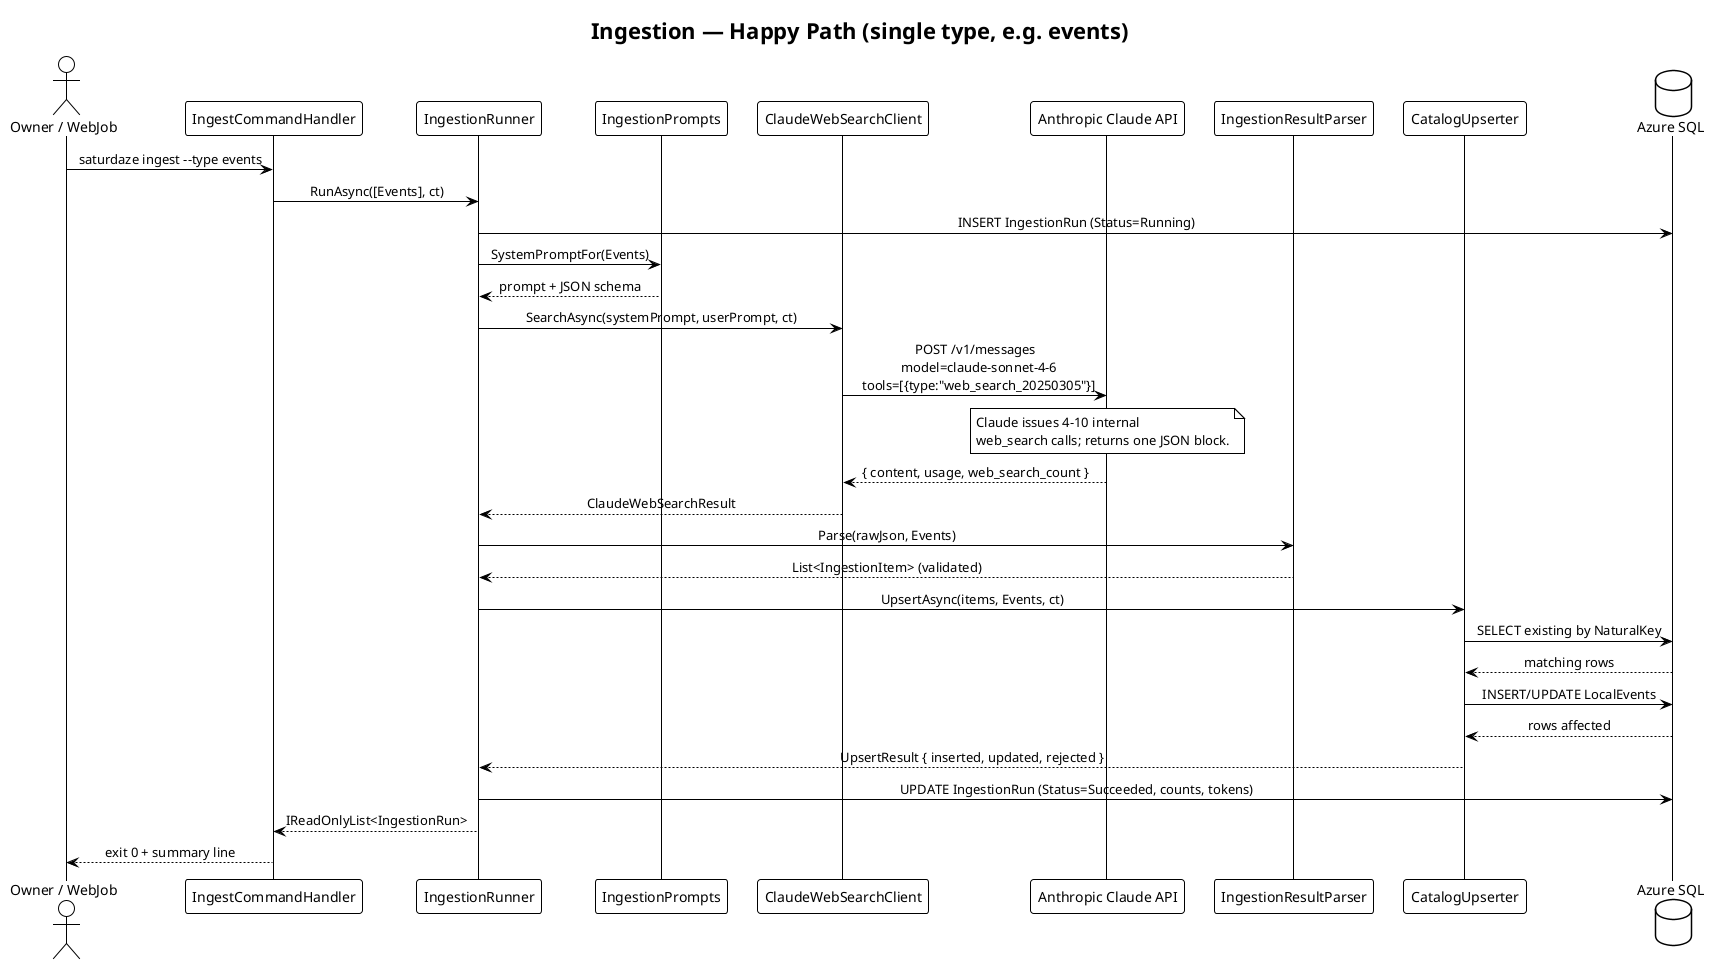
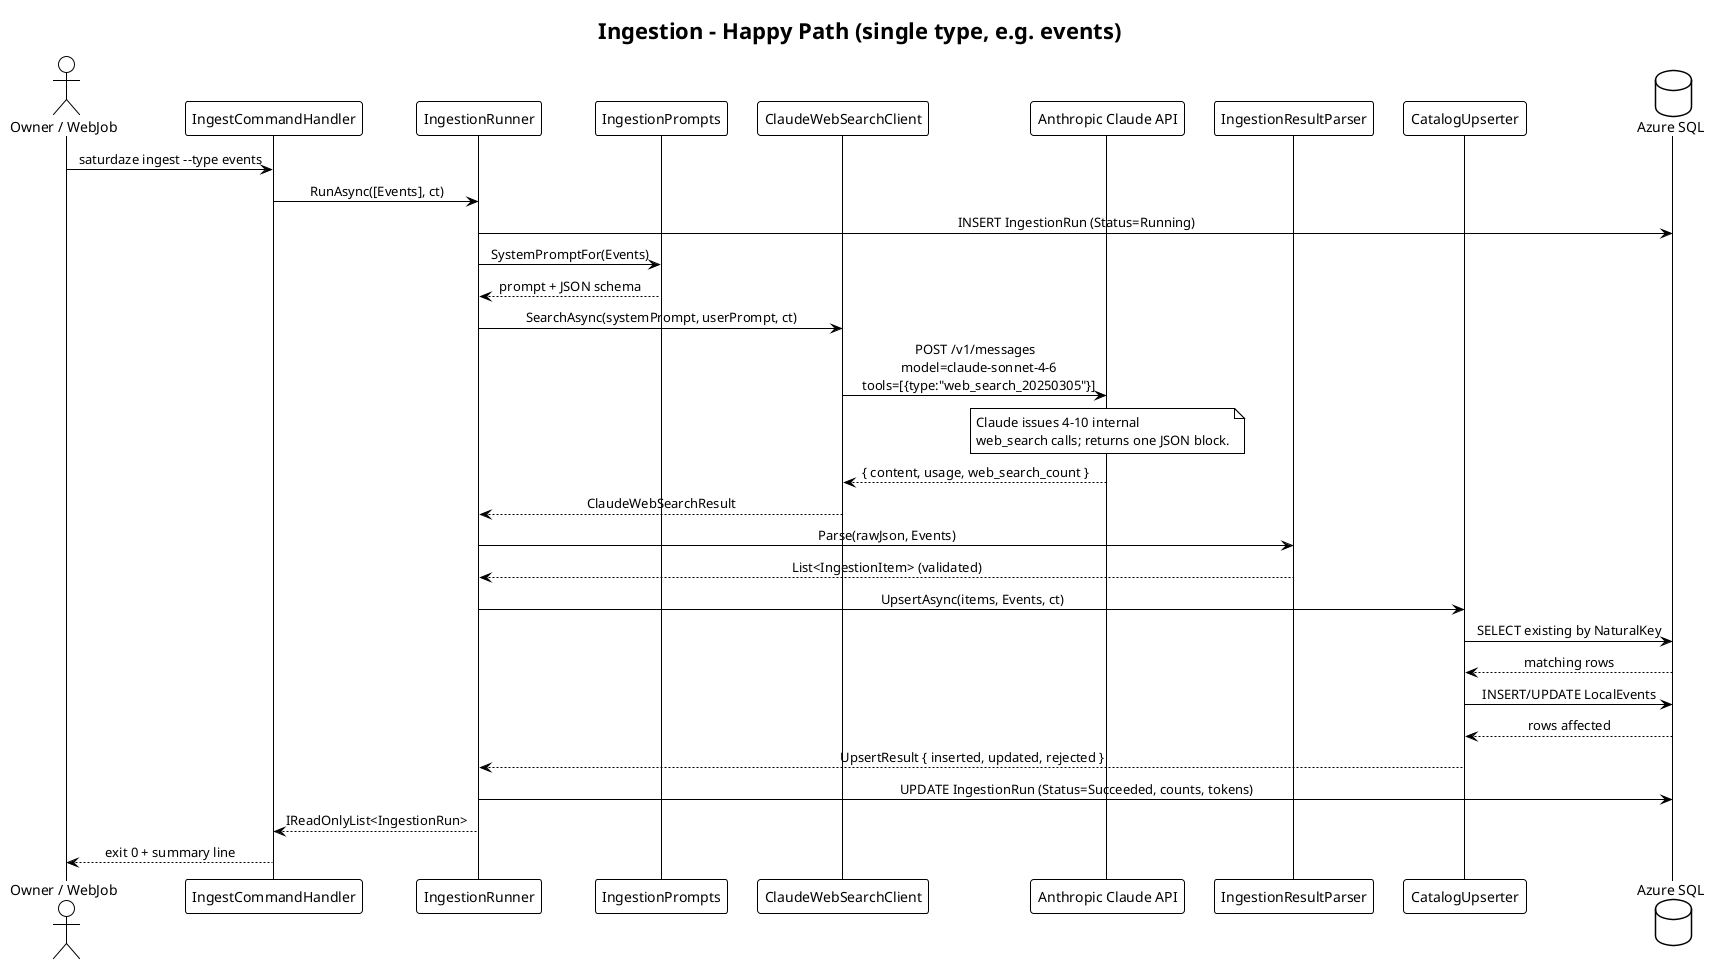
@startuml sequence_happy_path
!theme plain
skinparam sequenceMessageAlign center

- title Ingestion — Happy Path (single type, e.g. events)
+ title Ingestion - Happy Path (single type, e.g. events)

actor "Owner / WebJob" as trigger
participant "IngestCommandHandler" as handler
participant "IngestionRunner" as runner
participant "IngestionPrompts" as prompts
participant "ClaudeWebSearchClient" as client
participant "Anthropic Claude API" as claude
participant "IngestionResultParser" as parser
participant "CatalogUpserter" as upserter
database "Azure SQL" as sql

trigger -> handler: saturdaze ingest --type events
handler -> runner: RunAsync([Events], ct)
runner -> sql: INSERT IngestionRun (Status=Running)
runner -> prompts: SystemPromptFor(Events)
prompts --> runner: prompt + JSON schema
runner -> client: SearchAsync(systemPrompt, userPrompt, ct)
client -> claude: POST /v1/messages\n  model=claude-sonnet-4-6\n  tools=[{type:"web_search_20250305"}]
note over claude: Claude issues 4–10 internal\nweb_search calls; returns one JSON block.
claude --> client: { content, usage, web_search_count }
client --> runner: ClaudeWebSearchResult
runner -> parser: Parse(rawJson, Events)
parser --> runner: List<IngestionItem> (validated)
runner -> upserter: UpsertAsync(items, Events, ct)
upserter -> sql: SELECT existing by NaturalKey
sql --> upserter: matching rows
upserter -> sql: INSERT/UPDATE LocalEvents
sql --> upserter: rows affected
upserter --> runner: UpsertResult { inserted, updated, rejected }
runner -> sql: UPDATE IngestionRun (Status=Succeeded, counts, tokens)
runner --> handler: IReadOnlyList<IngestionRun>
handler --> trigger: exit 0 + summary line

@enduml
